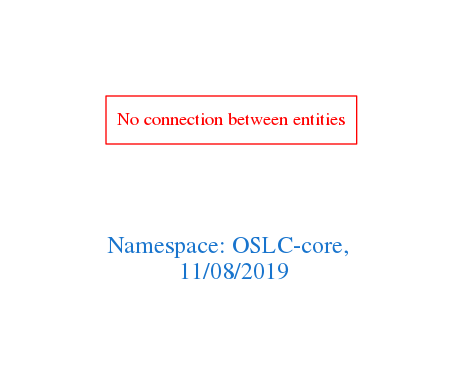
Earlier version of the Graphviz export downloads/OSLC-core.png (arago/OGIT). Its source is kept beside it as downloads/OSLC-core.dot.
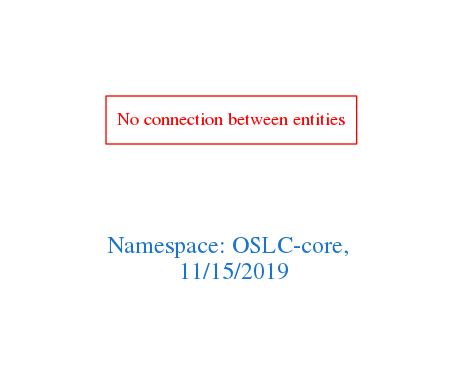
Later version of the same file.

Change to the diagram source:
```diff
@@ -1,7 +1,7 @@
 digraph OGIT_ontology {
  graph [ rankdir= LR,pad=1
 fontsize = 18,
-fontcolor= dodgerblue3,label = "\n\n\nNamespace: OSLC-core, \n 11/08/2019"];
+fontcolor= dodgerblue3,label = "\n\n\nNamespace: OSLC-core, \n 11/15/2019"];
 node[shape=polygon];
 edge [  color="gray81"];
 
```
